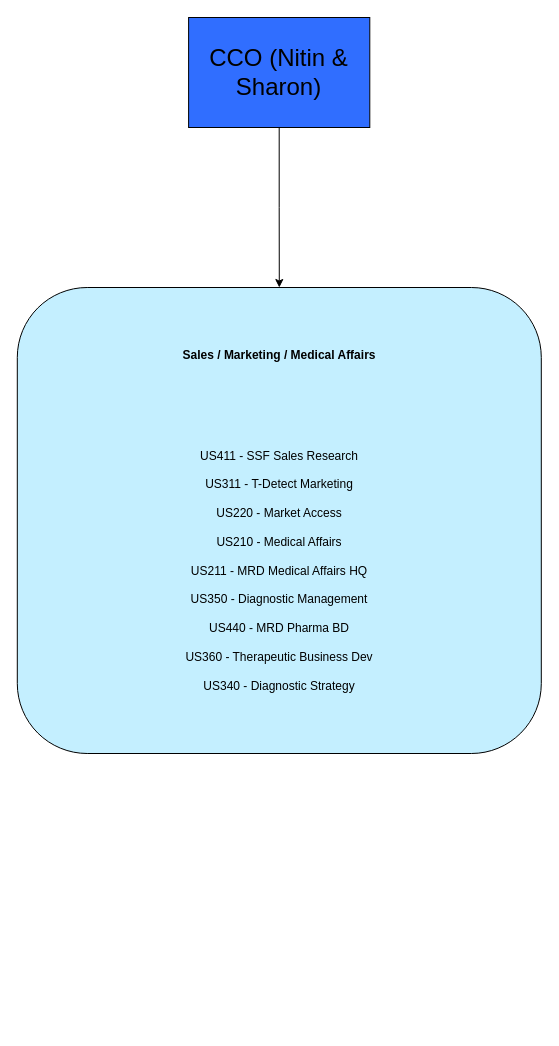
Above: page "CCO /Strategic Int" (6 of 9) of Adaptive_org_classification.drawio in PhoenixTagal/Haku (draw.io), before the change. Source tidied: cells renumbered, new cells numbered last; positions are measured from the earlier drawing's top-left corner, leaving out a move shared by most shapes. Both pictures are drawn from the tidied source at 100%, with x=0, y=0 at pixel (17, 17).
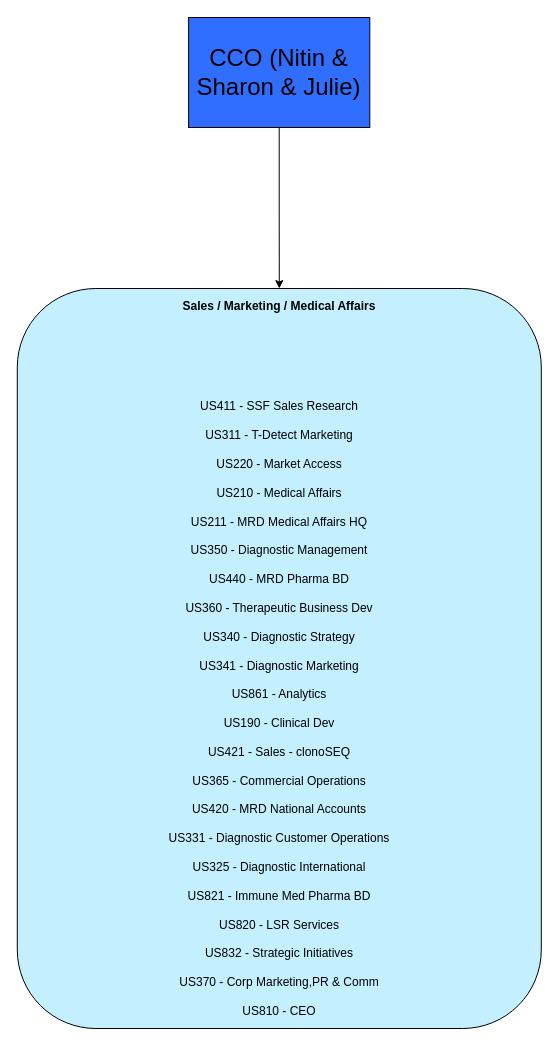
After the change.

Diff of the diagram source:
```diff
@@
 <mxGraphModel>
   <root>
     <mxCell id="0" />
     <mxCell id="1" parent="0" />
     <mxCell id="2" style="edgeStyle=orthogonalEdgeStyle;rounded=0;jettySize=auto;html=1;exitX=0.5;exitY=1;exitDx=0;exitDy=0;entryX=0.5;entryY=0;entryDx=0;entryDy=0;" parent="1" edge="1" source="3" target="4">
       <mxGeometry relative="1" as="geometry" />
     </mxCell>
-    <mxCell id="3" value="&lt;font style=&quot;font-size: 24px;&quot;&gt;CCO (Nitin &amp;amp; Sharon)&lt;/font&gt;" style="rounded=0;whiteSpace=wrap;html=1;fillColor=#306EFF;" parent="1" vertex="1">
+    <mxCell id="3" value="&lt;font style=&quot;font-size: 24px;&quot;&gt;CCO (Nitin &amp;amp; Sharon &amp;amp; Julie)&lt;/font&gt;" style="rounded=0;whiteSpace=wrap;html=1;fillColor=#306EFF;" parent="1" vertex="1">
       <mxGeometry x="171.1" width="181.2" height="110" as="geometry" />
     </mxCell>
-    <mxCell id="4" value="&lt;b&gt;Sales / Marketing / Medical Affairs&lt;/b&gt;&lt;br&gt;&lt;br&gt;&lt;br&gt;&lt;br&gt;&lt;br&gt;&lt;br&gt;&lt;br&gt;US411 - SSF Sales Research&lt;br&gt;&lt;br&gt;US311 - T-Detect Marketing&lt;br&gt;&lt;br&gt;US220 - Market Access&lt;br&gt;&lt;br&gt;US210 - Medical Affairs&lt;br&gt;&lt;br&gt;US211 - MRD Medical Affairs HQ&lt;br&gt;&lt;br&gt;US350 - Diagnostic Management&lt;br&gt;&lt;br&gt;US440 - MRD Pharma BD&lt;br&gt;&lt;br&gt;US360 - Therapeutic Business Dev&lt;br&gt;&lt;br&gt;US340 - Diagnostic Strategy" style="rounded=1;whiteSpace=wrap;html=1;fillColor=#C4EFFF;" parent="1" vertex="1">
-      <mxGeometry x="-0.2" y="270" width="524" height="466" as="geometry" />
+    <mxCell id="4" value="&lt;b&gt;Sales / Marketing / Medical Affairs&lt;/b&gt;&lt;br&gt;&lt;br&gt;&lt;br&gt;&lt;br&gt;&lt;br&gt;&lt;br&gt;&lt;br&gt;US411 - SSF Sales Research&lt;br&gt;&lt;br&gt;US311 - T-Detect Marketing&lt;br&gt;&lt;br&gt;US220 - Market Access&lt;br&gt;&lt;br&gt;US210 - Medical Affairs&lt;br&gt;&lt;br&gt;US211 - MRD Medical Affairs HQ&lt;br&gt;&lt;br&gt;US350 - Diagnostic Management&lt;br&gt;&lt;br&gt;US440 - MRD Pharma BD&lt;br&gt;&lt;br&gt;US360 - Therapeutic Business Dev&lt;br&gt;&lt;br&gt;US340 - Diagnostic Strategy&lt;br&gt;&lt;br&gt;US341 - Diagnostic Marketing&lt;br&gt;&lt;br&gt;US861 - Analytics&lt;br&gt;&lt;br&gt;US190 - Clinical Dev&lt;br&gt;&lt;br&gt;US421 - Sales - clonoSEQ&lt;br&gt;&lt;br&gt;US365 - Commercial Operations&lt;br&gt;&lt;br&gt;US420 - MRD National Accounts&lt;br&gt;&lt;br&gt;US331 - Diagnostic Customer Operations&lt;br&gt;&lt;br&gt;US325 - Diagnostic International&lt;br&gt;&lt;br&gt;US821 - Immune Med Pharma BD&lt;br&gt;&lt;br&gt;US820 - LSR Services&lt;br&gt;&lt;br&gt;US832 - Strategic Initiatives&lt;br&gt;&lt;br&gt;US370 - Corp Marketing,PR &amp;amp; Comm&lt;br&gt;&lt;br&gt;US810 - CEO" style="rounded=1;whiteSpace=wrap;html=1;fillColor=#C4EFFF;" parent="1" vertex="1">
+      <mxGeometry x="-0.2" y="271" width="524" height="740" as="geometry" />
     </mxCell>
   </root>
 </mxGraphModel>
```
